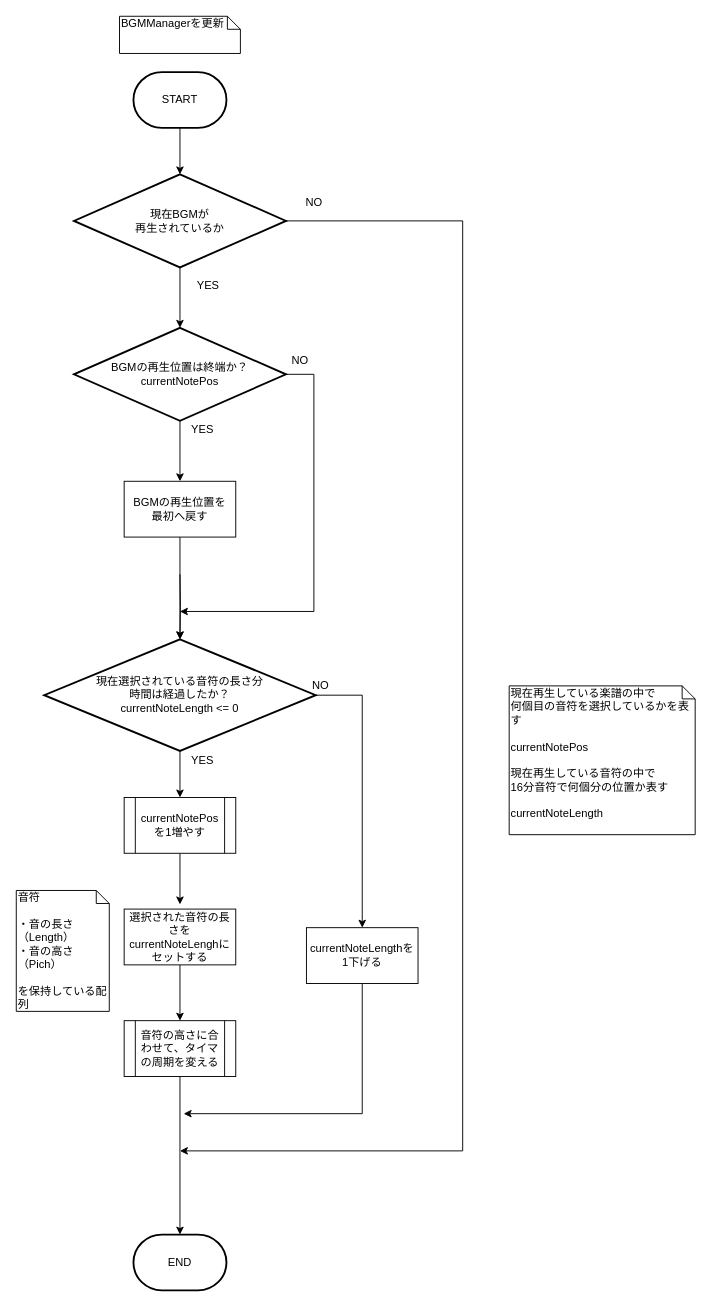
Earlier version of the draw.io diagram page "BGMManagerを更新" (2 of 5) of 資料/設計書/フローチャート/モグラ叩き_Buzzer.drawio (hakohumi/comp.train.whack-a-mole). Source tidied: cells renumbered, new cells numbered last; positions are measured from the earlier drawing's top-left corner, leaving out a move shared by most shapes. Both pictures are drawn from the tidied source at 93%, with x=0, y=0 at pixel (16, 16).
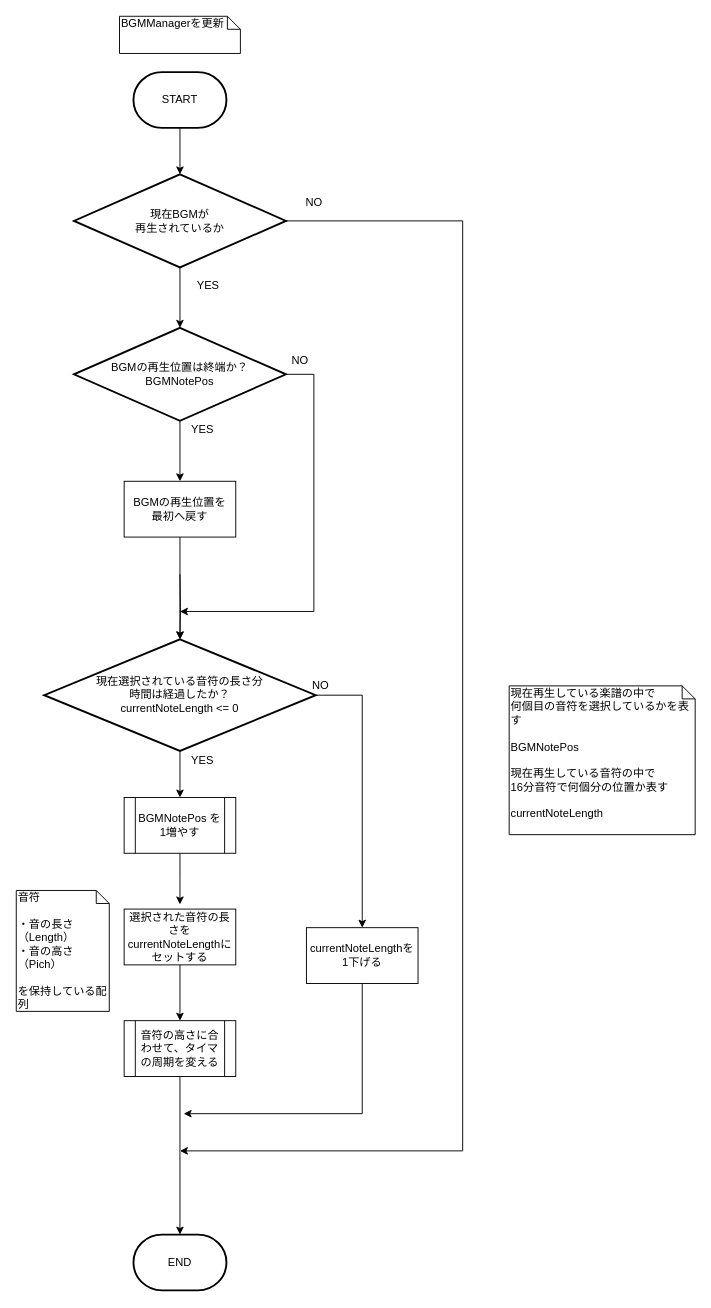
Above is the later version.

Diff of the diagram source:
```diff
@@
-    <mxCell id="10" value="BGMの再生位置は終端か？&lt;br&gt;currentNotePos" style="strokeWidth=2;html=1;shape=mxgraph.flowchart.decision;whiteSpace=wrap;" parent="1" vertex="1">
+    <mxCell id="10" value="BGMの再生位置は終端か？&lt;br&gt;BGMNotePos" style="strokeWidth=2;html=1;shape=mxgraph.flowchart.decision;whiteSpace=wrap;" parent="1" vertex="1">
       <mxGeometry x="62" y="335" width="228" height="100" as="geometry" />
     </mxCell>
@@
-    <mxCell id="26" value="currentNotePos を1増やす" style="shape=process;whiteSpace=wrap;html=1;backgroundOutline=1;" parent="1" vertex="1">
+    <mxCell id="26" value="BGMNotePos を1増やす" style="shape=process;whiteSpace=wrap;html=1;backgroundOutline=1;" parent="1" vertex="1">
       <mxGeometry x="116" y="840" width="120" height="60" as="geometry" />
     </mxCell>
@@
-    <mxCell id="29" value="&lt;span style=&quot;text-align: center&quot;&gt;現在再生している楽譜の中で&lt;/span&gt;&lt;br style=&quot;text-align: center&quot;&gt;&lt;span style=&quot;text-align: center&quot;&gt;何個目の音符を選択しているかを表す&lt;/span&gt;&lt;br style=&quot;text-align: center&quot;&gt;&lt;br style=&quot;text-align: center&quot;&gt;&lt;span style=&quot;text-align: center&quot;&gt;currentNotePos&lt;/span&gt;&lt;br style=&quot;text-align: center&quot;&gt;&lt;span style=&quot;text-align: center&quot;&gt;&lt;br&gt;現在再生している音符の中で&lt;br&gt;16分音符で何個分の位置か表す&lt;br&gt;&lt;br&gt;currentNoteLength&lt;br&gt;&lt;/span&gt;" style="shape=note;whiteSpace=wrap;html=1;size=14;verticalAlign=top;align=left;spacingTop=-6;" parent="1" vertex="1">
+    <mxCell id="29" value="&lt;span style=&quot;text-align: center&quot;&gt;現在再生している楽譜の中で&lt;/span&gt;&lt;br style=&quot;text-align: center&quot;&gt;&lt;span style=&quot;text-align: center&quot;&gt;何個目の音符を選択しているかを表す&lt;/span&gt;&lt;br style=&quot;text-align: center&quot;&gt;&lt;br style=&quot;text-align: center&quot;&gt;&lt;span style=&quot;text-align: center&quot;&gt;BGMNotePos&lt;/span&gt;&lt;br style=&quot;text-align: center&quot;&gt;&lt;span style=&quot;text-align: center&quot;&gt;&lt;br&gt;現在再生している音符の中で&lt;br&gt;16分音符で何個分の位置か表す&lt;br&gt;&lt;br&gt;currentNoteLength&lt;br&gt;&lt;/span&gt;" style="shape=note;whiteSpace=wrap;html=1;size=14;verticalAlign=top;align=left;spacingTop=-6;" parent="1" vertex="1">
       <mxGeometry x="530" y="720" width="200" height="160" as="geometry" />
     </mxCell>
@@
-    <mxCell id="33" value="&lt;span&gt;選択された音符の長さをcurrentNoteLenghにセットする&lt;/span&gt;" style="rounded=0;whiteSpace=wrap;html=1;" parent="1" vertex="1">
+    <mxCell id="33" value="&lt;span&gt;選択された音符の長さをcurrentNoteLengthにセットする&lt;/span&gt;" style="rounded=0;whiteSpace=wrap;html=1;" parent="1" vertex="1">
       <mxGeometry x="116" y="960" width="120" height="60" as="geometry" />
     </mxCell>
```
